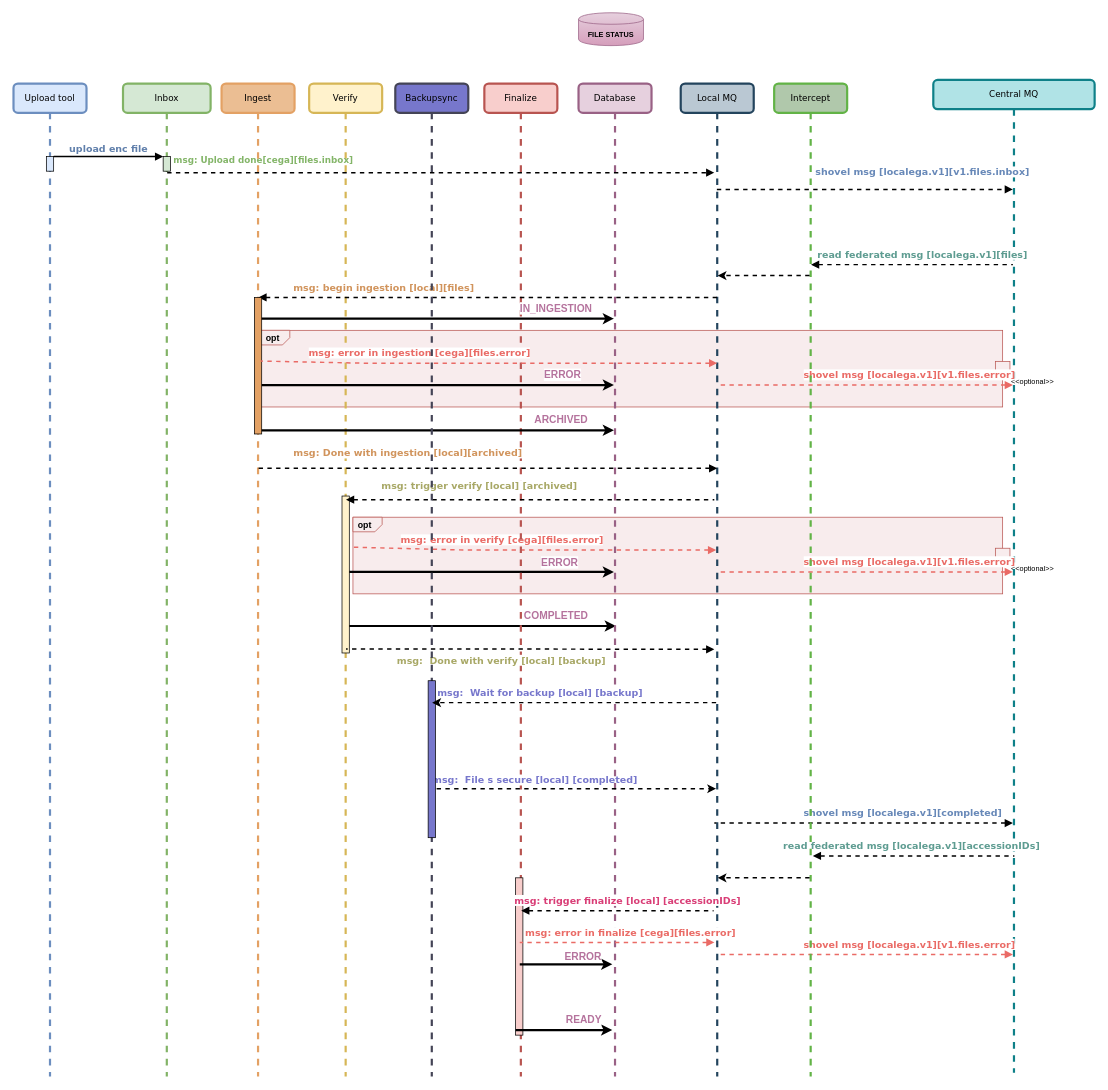
Above: docs/static/neic-sda-seq.drawio in neicnordic/neic-sda (draw.io), before the change. Source tidied: cells renumbered, new cells numbered last; positions are measured from the earlier drawing's top-left corner, leaving out a move shared by most shapes. Both pictures are drawn from the tidied source at 73%, with x=0, y=0 at pixel (13, 12).
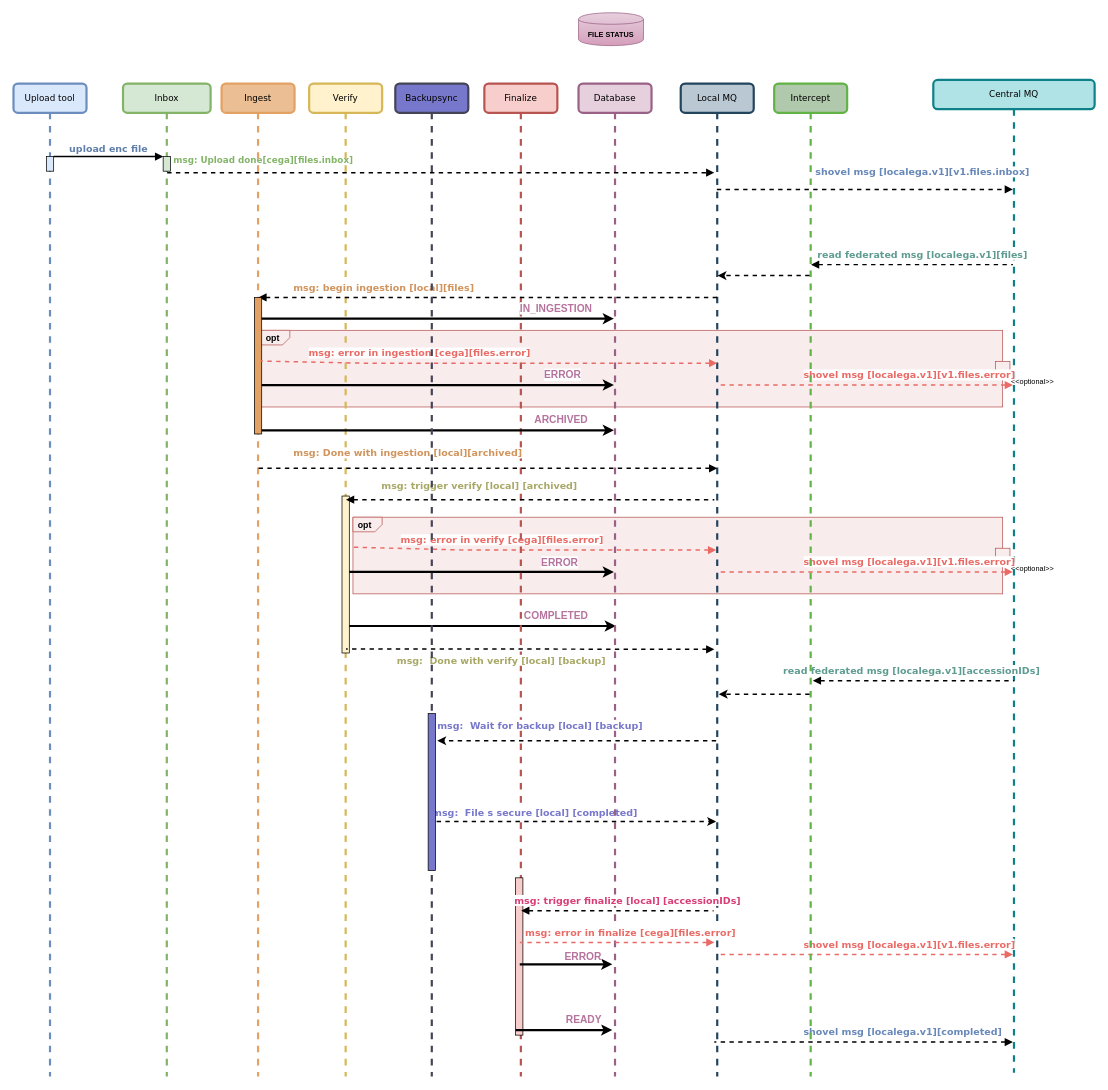
The same diagram, later.

Commit message:
Moved sync up in flow chart

The change refers to these unchanged cells:
```xml
<mxCell id="16" value="Finalize" style="shape=umlLifeline;perimeter=lifelinePerimeter;whiteSpace=wrap;html=1;outlineConnect=0;rounded=1;shadow=0;comic=0;labelBackgroundColor=none;strokeWidth=3;fontFamily=Verdana;fontSize=12;align=center;fillColor=#f8cecc;strokeColor=#b85450;" parent="1" vertex="1">
  <mxGeometry x="645" y="97" width="100" height="1360" as="geometry" />
</mxCell>
<mxCell id="19" value="Local MQ" style="shape=umlLifeline;perimeter=lifelinePerimeter;whiteSpace=wrap;html=1;outlineConnect=0;rounded=1;shadow=0;comic=0;labelBackgroundColor=none;strokeWidth=3;fontFamily=Verdana;fontSize=12;align=center;fillColor=#bac8d3;strokeColor=#23445d;" parent="1" vertex="1">
  <mxGeometry x="914" y="97" width="100" height="1360" as="geometry" />
</mxCell>
<mxCell id="67" value="Backupsync" style="shape=umlLifeline;perimeter=lifelinePerimeter;whiteSpace=wrap;html=1;outlineConnect=0;rounded=1;shadow=0;comic=0;labelBackgroundColor=none;strokeWidth=3;fontFamily=Verdana;fontSize=12;align=center;fillColor=#7777cc;strokeColor=#444456;" parent="1" vertex="1">
  <mxGeometry x="523" y="97" width="100" height="1360" as="geometry" />
</mxCell>
<mxCell id="69" value="Intercept" style="shape=umlLifeline;perimeter=lifelinePerimeter;whiteSpace=wrap;html=1;outlineConnect=0;rounded=1;shadow=0;comic=0;labelBackgroundColor=none;strokeWidth=3;fontFamily=Verdana;fontSize=12;align=center;fillColor=#b0c8ab;strokeColor=#62b346;" parent="1" vertex="1">
  <mxGeometry x="1042" y="97" width="100" height="1360" as="geometry" />
</mxCell>
```

What changed in the source:
```diff
@@
     <mxCell id="18" value="&lt;font style=&quot;font-size: 13px&quot;&gt;&lt;b style=&quot;font-size: 13px&quot;&gt;msg:&amp;nbsp; File s secure [local] [completed]&lt;br style=&quot;font-size: 13px&quot;&gt;&lt;/b&gt;&lt;/font&gt;" style="edgeLabel;html=1;align=center;verticalAlign=middle;fontFamily=Verdana;fontSize=13;fontColor=#7777cc;" parent="16" vertex="1">
-      <mxGeometry x="75" y="953" as="geometry">
+      <mxGeometry x="75" y="998" as="geometry">
         <mxPoint x="-7" as="offset" />
       </mxGeometry>
     </mxCell>
@@
     <mxCell id="44" style="endArrow=none;html=1;dashed=1;strokeWidth=2;endFill=0;startArrow=block;startFill=1;" parent="1" edge="1">
       <mxGeometry relative="1" as="geometry">
-        <mxPoint x="1095" y="1155" as="sourcePoint" />
-        <mxPoint x="1371.1" y="1155" as="targetPoint" />
+        <mxPoint x="1095" y="915" as="sourcePoint" />
+        <mxPoint x="1371.1" y="915" as="targetPoint" />
         <Array as="points">
-          <mxPoint x="1142.1" y="1155" />
-          <mxPoint x="1262.1" y="1155" />
+          <mxPoint x="1142.1" y="915" />
+          <mxPoint x="1262.1" y="915" />
         </Array>
       </mxGeometry>
     </mxCell>
@@
     <mxCell id="46" style="endArrow=none;html=1;dashed=1;strokeWidth=2;endFill=0;startArrow=block;startFill=1;" parent="1" edge="1">
       <mxGeometry relative="1" as="geometry">
-        <mxPoint x="1369" y="1110" as="sourcePoint" />
-        <mxPoint x="960" y="1110" as="targetPoint" />
+        <mxPoint x="1369" y="1410" as="sourcePoint" />
+        <mxPoint x="960" y="1410" as="targetPoint" />
         <Array as="points">
-          <mxPoint x="1030.5" y="1110" />
+          <mxPoint x="1030.5" y="1410" />
         </Array>
       </mxGeometry>
     </mxCell>
@@
     <mxCell id="68" style="html=1;points=[];perimeter=orthogonalPerimeter;rounded=0;shadow=0;comic=0;labelBackgroundColor=none;strokeWidth=1;fontFamily=Verdana;fontSize=12;align=center;fillColor=#7777cc;" parent="67" vertex="1">
-      <mxGeometry x="45" y="818" width="10" height="215" as="geometry" />
+      <mxGeometry x="45" y="863" width="10" height="215" as="geometry" />
     </mxCell>
@@
-    <mxCell id="70" style="endArrow=classic;html=1;dashed=1;strokeWidth=2;" parent="1" edge="1" source="19" target="67">
-      <mxGeometry relative="1" as="geometry">
-        <Array as="points">
-          <mxPoint x="870" y="945" />
-        </Array>
-      </mxGeometry>
+    <mxCell id="70" style="endArrow=classic;html=1;dashed=1;strokeWidth=2;entryX=1.255;entryY=0.173;entryDx=0;entryDy=0;entryPerimeter=0;" parent="1" edge="1" source="19" target="68">
+      <mxGeometry relative="1" as="geometry" />
     </mxCell>
     <mxCell id="71" value="&lt;font style=&quot;font-size: 13px&quot;&gt;&lt;b style=&quot;font-size: 13px&quot;&gt;msg:&amp;nbsp; Wait for backup [local] [backup]&lt;br style=&quot;font-size: 13px&quot;&gt;&lt;/b&gt;&lt;/font&gt;" style="edgeLabel;html=1;align=center;verticalAlign=middle;fontFamily=Verdana;fontSize=13;fontColor=#7777cc;" parent="1" vertex="1">
-      <mxGeometry x="720" y="930" as="geometry" />
+      <mxGeometry x="720" y="975" as="geometry" />
     </mxCell>
@@
-    <mxCell id="74" style="endArrow=classic;html=1;dashed=1;strokeColor=#000000;strokeWidth=2;fontColor=#7777cc;rounded=0;" parent="1" edge="1" source="69" target="19">
-      <mxGeometry relative="1" as="geometry">
-        <Array as="points">
-          <mxPoint x="1025" y="1185" />
-        </Array>
-      </mxGeometry>
+    <mxCell id="74" style="endArrow=classic;html=1;entryX=0.521;entryY=0.615;entryDx=0;entryDy=0;entryPerimeter=0;strokeWidth=2;dashed=1;" parent="1" edge="1" source="69" target="19">
+      <mxGeometry relative="1" as="geometry" />
     </mxCell>
```
